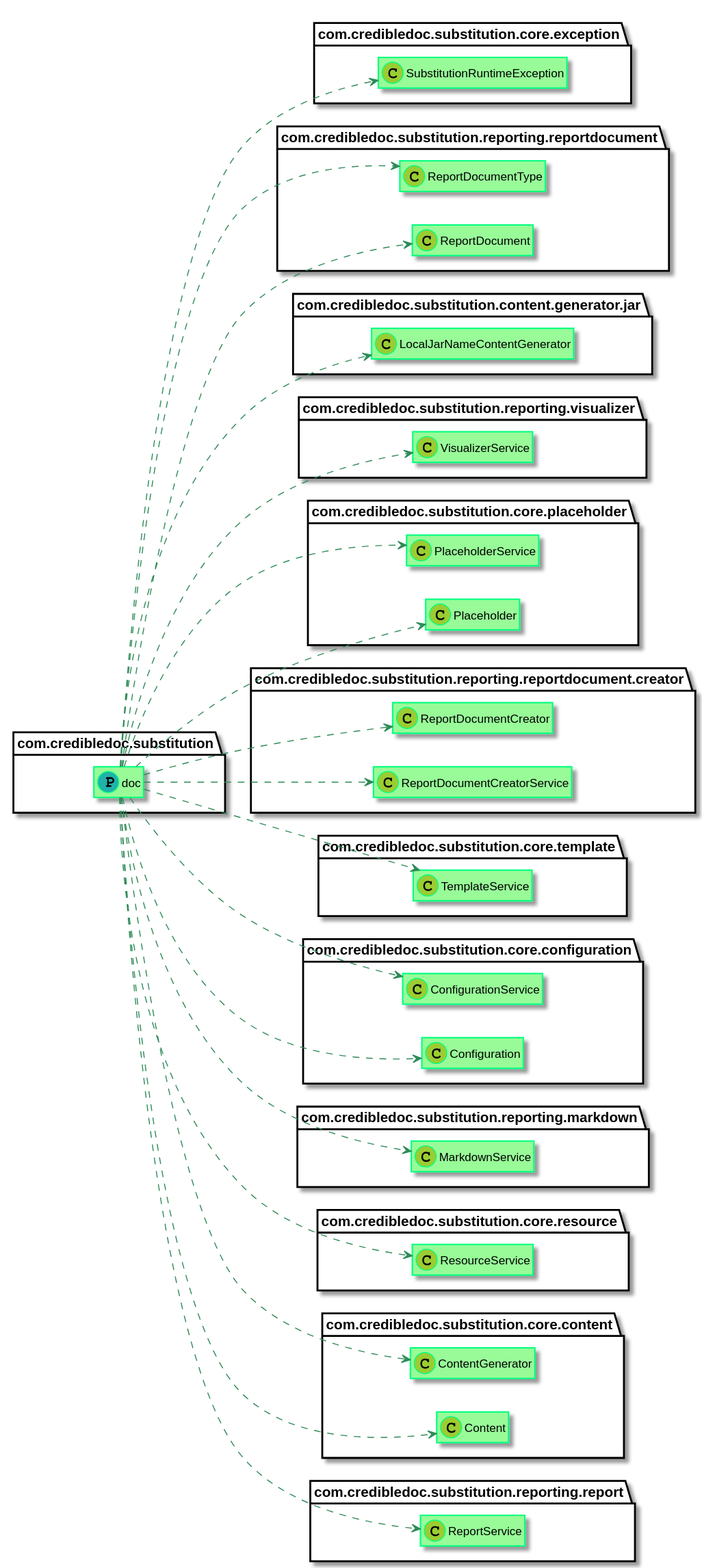
Earlier version of the PlantUML export substitution/substitution-doc/doc/img/diagrams.md_5.svg (credibledoc/credible-doc).
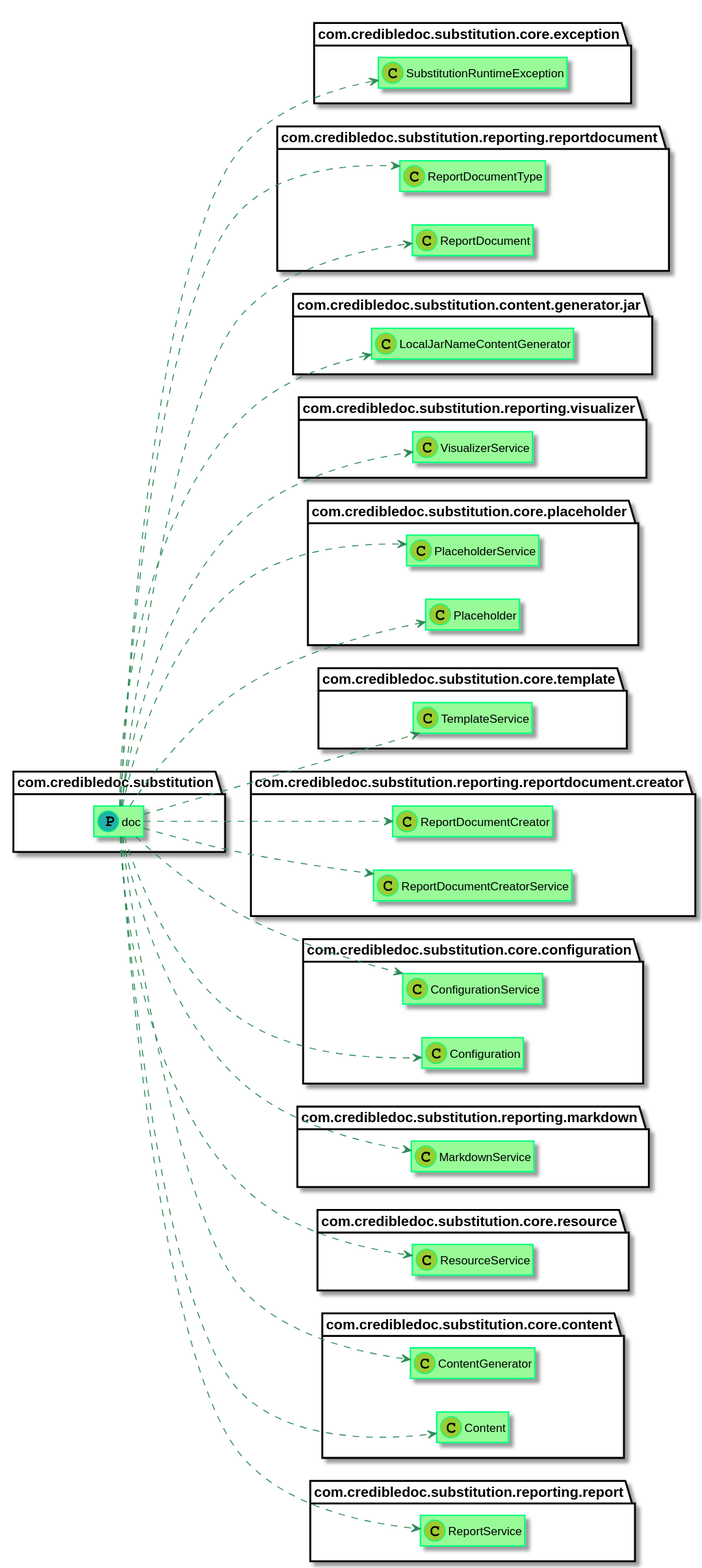
Above is the later version.

The edit, as a diff of the source:
```diff
@@ -14,8 +14,8 @@
 Class com.credibledoc.substitution.content.generator.jar.LocalJarNameContentGenerator << (C,YellowGreen) >>
 Class com.credibledoc.substitution.reporting.visualizer.VisualizerService << (C,YellowGreen) >>
 Class com.credibledoc.substitution.core.placeholder.PlaceholderService << (C,YellowGreen) >>
+Class com.credibledoc.substitution.core.template.TemplateService << (C,YellowGreen) >>
 Class com.credibledoc.substitution.reporting.reportdocument.creator.ReportDocumentCreator << (C,YellowGreen) >>
-Class com.credibledoc.substitution.core.template.TemplateService << (C,YellowGreen) >>
 Class com.credibledoc.substitution.core.configuration.ConfigurationService << (C,YellowGreen) >>
 Class com.credibledoc.substitution.reporting.markdown.MarkdownService << (C,YellowGreen) >>
 Class com.credibledoc.substitution.core.resource.ResourceService << (C,YellowGreen) >>
@@ -40,7 +40,7 @@
 com.credibledoc.substitution.doc ..> com.credibledoc.substitution.reporting.reportdocument.creator.ReportDocumentCreatorService
 com.credibledoc.substitution.doc ..> com.credibledoc.substitution.core.content.Content
 com.credibledoc.substitution.doc ..> com.credibledoc.substitution.reporting.reportdocument.ReportDocument
+com.credibledoc.substitution.doc ..> com.credibledoc.substitution.core.configuration.Configuration
 com.credibledoc.substitution.doc ..> com.credibledoc.substitution.reporting.reportdocument.creator.ReportDocumentCreator
-com.credibledoc.substitution.doc ..> com.credibledoc.substitution.core.configuration.Configuration
 com.credibledoc.substitution.doc ..> com.credibledoc.substitution.core.exception.SubstitutionRuntimeException
 @enduml
```
